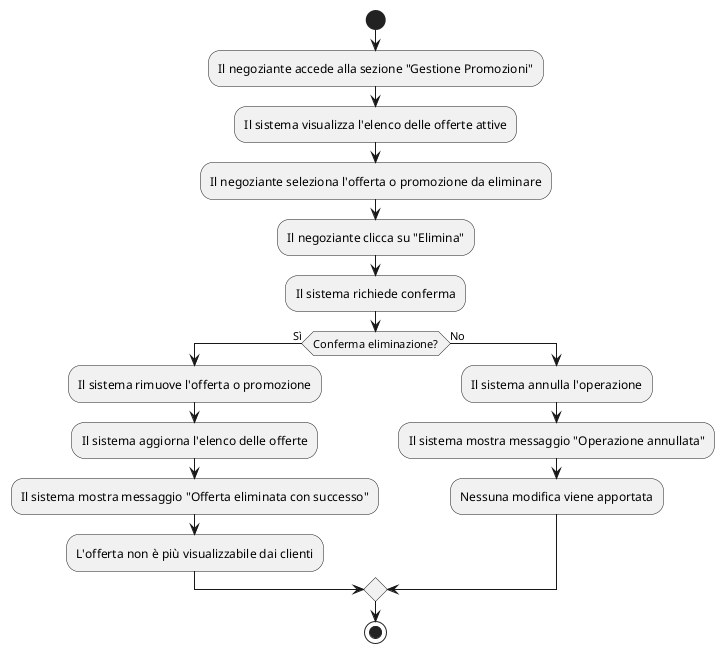
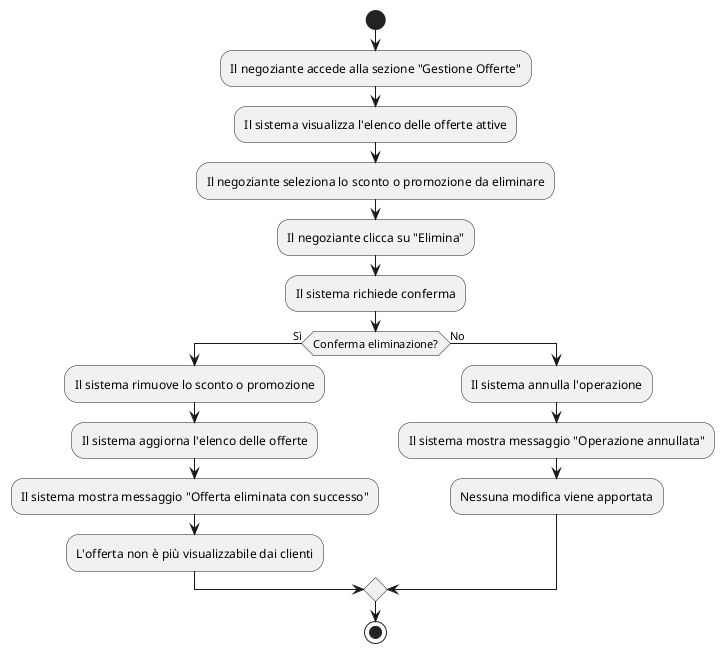
@startuml
start
- :Il negoziante accede alla sezione "Gestione Promozioni";
+ :Il negoziante accede alla sezione "Gestione Offerte";
:Il sistema visualizza l'elenco delle offerte attive;
- :Il negoziante seleziona l'offerta o promozione da eliminare;
+ :Il negoziante seleziona lo sconto o promozione da eliminare;
:Il negoziante clicca su "Elimina";
:Il sistema richiede conferma;
if (Conferma eliminazione?) then (Sì)
-   :Il sistema rimuove l'offerta o promozione;
+   :Il sistema rimuove lo sconto o promozione;
  :Il sistema aggiorna l'elenco delle offerte;
  :Il sistema mostra messaggio "Offerta eliminata con successo";
  :L'offerta non è più visualizzabile dai clienti;
else (No)
  :Il sistema annulla l'operazione;
  :Il sistema mostra messaggio "Operazione annullata";
  :Nessuna modifica viene apportata;
endif
stop
@enduml